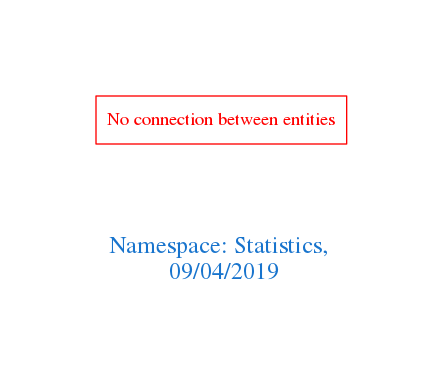
This is downloads/Statistics.png from arago/OGIT, a Graphviz export, as it was before one commit. Its source is kept beside it as downloads/Statistics.dot.
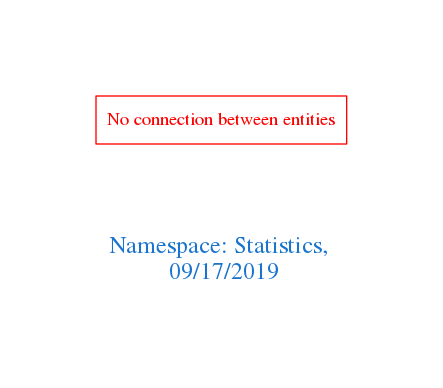
After the commit.

What changed in the source:
```diff
@@ -1,7 +1,7 @@
 digraph OGIT_ontology {
  graph [ rankdir= LR,pad=1
 fontsize = 18,
-fontcolor= dodgerblue3,label = "\n\n\nNamespace: Statistics, \n 09/04/2019"];
+fontcolor= dodgerblue3,label = "\n\n\nNamespace: Statistics, \n 09/17/2019"];
 node[shape=polygon];
 edge [  color="gray81"];
 
```
